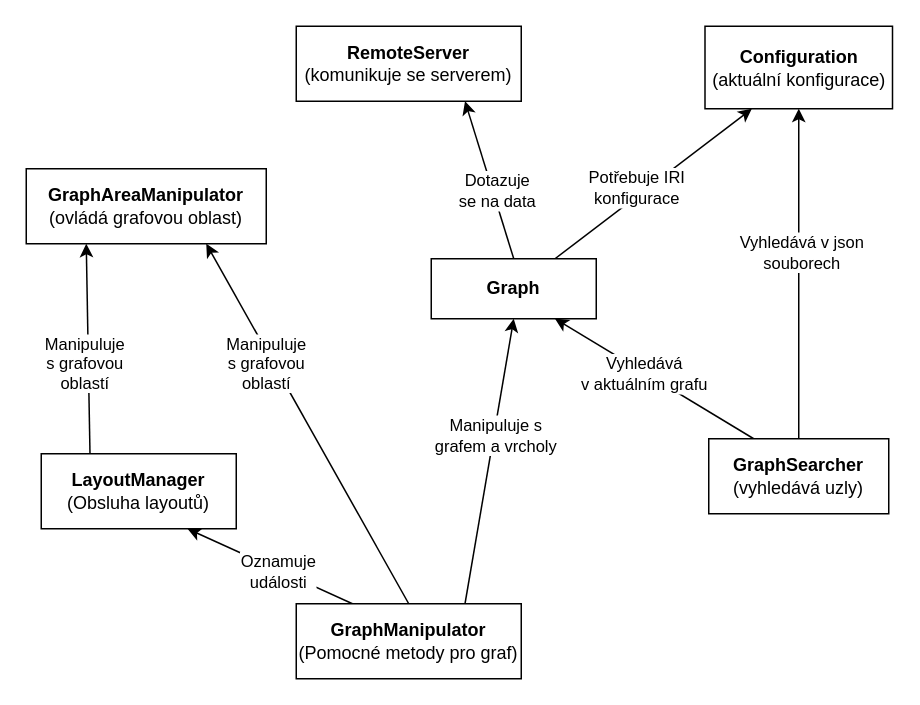
Before: media/dependencies.drawio in sstenchlak/bachelor-thesis, a draw.io diagram. Source tidied: cells renumbered, new cells numbered last; positions are measured from the earlier drawing's top-left corner, leaving out a move shared by most shapes. Both pictures are drawn from the tidied source at 150%, with x=0, y=0 at pixel (26, 26).
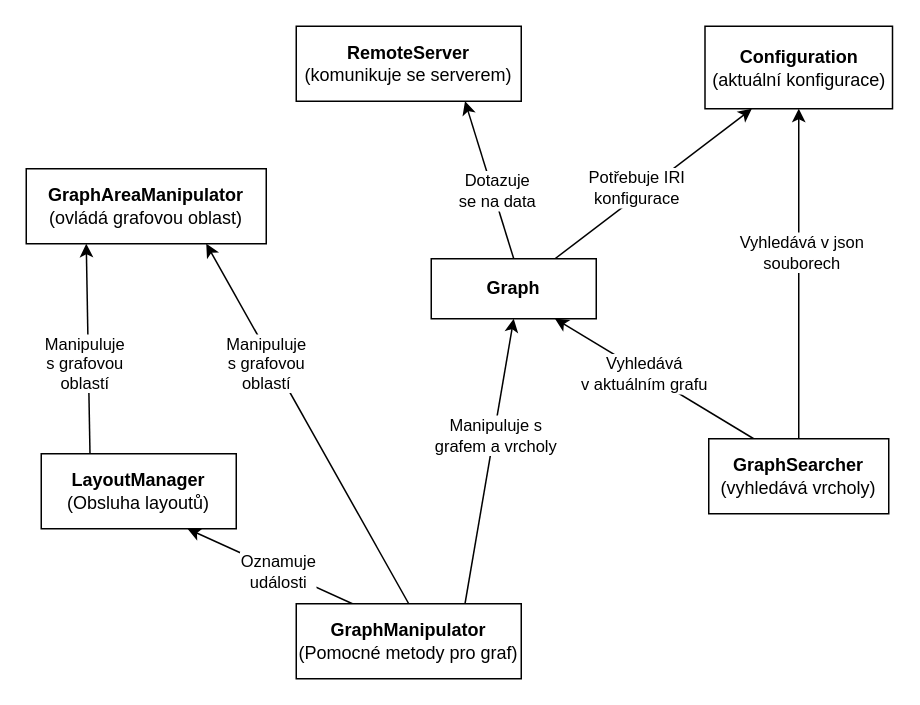
Above is the later version.

Diff of the diagram source:
```diff
@@
-    <mxCell id="24" value="&lt;b&gt;GraphSearcher&lt;/b&gt;&lt;br&gt;(vyhledává uzly)" style="rounded=0;whiteSpace=wrap;html=1;fontFamily=CMU Sans Serif Roman;" parent="1" vertex="1">
+    <mxCell id="24" value="&lt;b&gt;GraphSearcher&lt;/b&gt;&lt;br&gt;(vyhledává vrcholy)" style="rounded=0;whiteSpace=wrap;html=1;fontFamily=CMU Sans Serif Roman;" parent="1" vertex="1">
       <mxGeometry x="455" y="275" width="120" height="50" as="geometry" />
     </mxCell>
```
